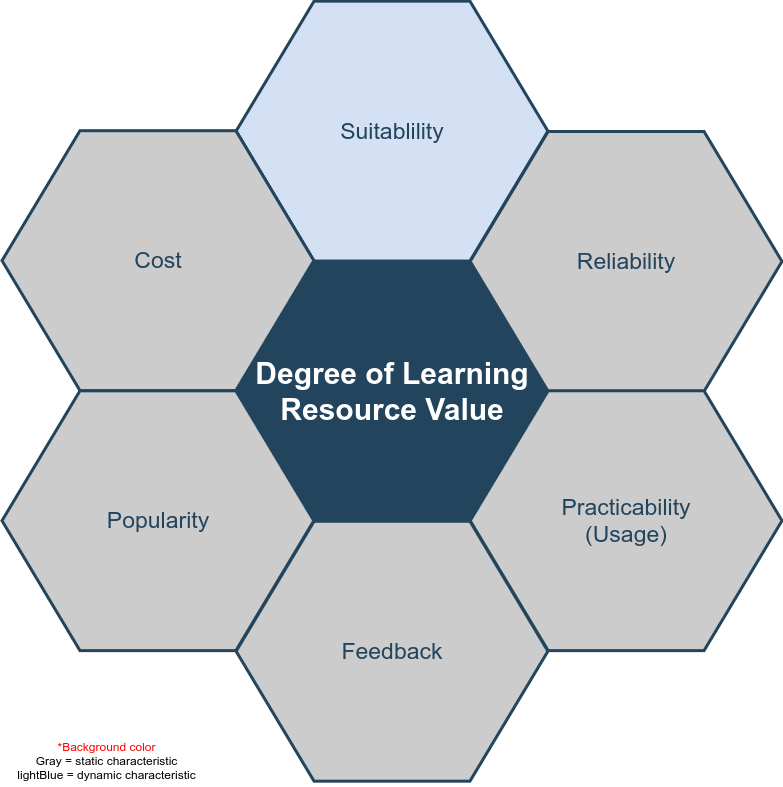
Before: assets/DLRV 5 attributes.png, a diagram exported from draw.io (devilyouwei/MU-thesis). Source tidied: cells renumbered, new cells last; positions are measured from the earlier drawing's top-left corner, leaving out a move shared by most shapes.
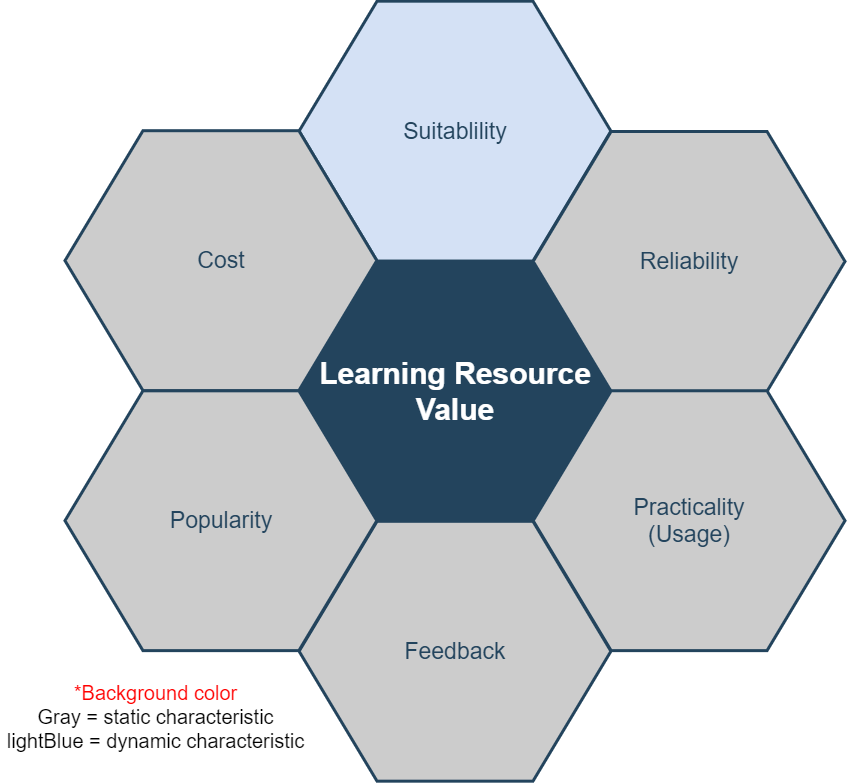
The same diagram one commit later.

Diff of the diagram source:
```diff
@@ -2,7 +2,7 @@
   <root>
     <mxCell id="0" />
     <mxCell id="1" parent="0" />
-    <mxCell id="2" value="&lt;font color=&quot;#ffffff&quot;&gt;&lt;span style=&quot;font-size: 30px&quot;&gt;&lt;b&gt;Degree of Learning Resource Value&lt;/b&gt;&lt;/span&gt;&lt;/font&gt;" style="shape=hexagon;perimeter=hexagonPerimeter2;whiteSpace=wrap;html=1;shadow=0;labelBackgroundColor=none;strokeColor=#23445D;fillColor=#23445D;gradientColor=none;fontFamily=Helvetica;fontSize=23;fontColor=#23445d;align=center;strokeWidth=3;" parent="1" vertex="1">
+    <mxCell id="2" value="&lt;font color=&quot;#ffffff&quot;&gt;&lt;span style=&quot;font-size: 30px&quot;&gt;&lt;b&gt;Learning Resource Value&lt;/b&gt;&lt;/span&gt;&lt;/font&gt;" style="shape=hexagon;perimeter=hexagonPerimeter2;whiteSpace=wrap;html=1;shadow=0;labelBackgroundColor=none;strokeColor=#23445D;fillColor=#23445D;gradientColor=none;fontFamily=Helvetica;fontSize=23;fontColor=#23445d;align=center;strokeWidth=3;" parent="1" vertex="1">
       <mxGeometry x="234.6" y="259.8" width="311.8" height="259.9" as="geometry" />
     </mxCell>
     <mxCell id="3" style="triangle;whiteSpace=wrap;html=1;shadow=0;labelBackgroundColor=none;strokeColor=none;fillColor=#FFFFFF;fontFamily=Helvetica;fontSize=17;fontColor=#23445d;align=center;rotation=90;gradientColor=none;flipV=1;flipH=1;opacity=20;" parent="1" vertex="1">
@@ -14,7 +14,7 @@
     <mxCell id="5" value="&lt;font style=&quot;font-size: 23px&quot;&gt;&lt;span id=&quot;docs-internal-guid-7c53ccf6-7fff-72df-3d5f-6ad1b018f0e9&quot;&gt;&lt;span style=&quot;font-family: &amp;#34;arial&amp;#34; ; background-color: transparent ; vertical-align: baseline&quot;&gt;Reliability&lt;/span&gt;&lt;/span&gt;&lt;/font&gt;" style="shape=hexagon;perimeter=hexagonPerimeter2;whiteSpace=wrap;html=1;shadow=0;labelBackgroundColor=none;strokeColor=#23445D;fillColor=#CCCCCC;gradientColor=none;fontFamily=Helvetica;fontSize=23;fontColor=#23445d;align=center;strokeWidth=3;" parent="1" vertex="1">
       <mxGeometry x="468.7" y="130" width="311.8" height="259.9" as="geometry" />
     </mxCell>
-    <mxCell id="6" value="&lt;font style=&quot;font-size: 23px&quot;&gt;Practicability&lt;br&gt;(Usage)&lt;br&gt;&lt;/font&gt;" style="shape=hexagon;perimeter=hexagonPerimeter2;whiteSpace=wrap;html=1;shadow=0;labelBackgroundColor=none;strokeColor=#23445D;fillColor=#CCCCCC;gradientColor=none;fontFamily=Helvetica;fontSize=23;fontColor=#23445d;align=center;strokeWidth=3;" parent="1" vertex="1">
+    <mxCell id="6" value="&lt;font style=&quot;font-size: 23px&quot;&gt;Practicality&lt;br&gt;(Usage)&lt;br&gt;&lt;/font&gt;" style="shape=hexagon;perimeter=hexagonPerimeter2;whiteSpace=wrap;html=1;shadow=0;labelBackgroundColor=none;strokeColor=#23445D;fillColor=#CCCCCC;gradientColor=none;fontFamily=Helvetica;fontSize=23;fontColor=#23445d;align=center;strokeWidth=3;" parent="1" vertex="1">
       <mxGeometry x="468.7" y="389.3" width="311.8" height="259.9" as="geometry" />
     </mxCell>
     <mxCell id="7" value="&lt;font style=&quot;font-size: 23px&quot;&gt;Feedback&lt;br&gt;&lt;/font&gt;" style="shape=hexagon;perimeter=hexagonPerimeter2;whiteSpace=wrap;html=1;shadow=0;labelBackgroundColor=none;strokeColor=#23445D;fillColor=#CCCCCC;gradientColor=none;fontFamily=Helvetica;fontSize=23;fontColor=#23445d;align=center;strokeWidth=3;" parent="1" vertex="1">
@@ -26,8 +26,8 @@
     <mxCell id="9" value="Cost" style="shape=hexagon;perimeter=hexagonPerimeter2;whiteSpace=wrap;html=1;shadow=0;labelBackgroundColor=none;strokeColor=#23445D;fillColor=#CCCCCC;gradientColor=none;fontFamily=Helvetica;fontSize=23;fontColor=#23445D;align=center;strokeWidth=3;" parent="1" vertex="1">
       <mxGeometry x="0.5" y="129.2" width="311.8" height="259.9" as="geometry" />
     </mxCell>
-    <mxCell id="10" value="&lt;font color=&quot;#ff0000&quot;&gt;*Background color&lt;br&gt;&lt;/font&gt;Gray = static characteristic&lt;br&gt;lightBlue = dynamic characteristic" style="text;html=1;align=center;verticalAlign=middle;" parent="1" vertex="1">
-      <mxGeometry x="10" y="734" width="190" height="50" as="geometry" />
+    <mxCell id="10" value="&lt;font style=&quot;font-size: 20px&quot;&gt;&lt;font color=&quot;#ff0000&quot; style=&quot;font-size: 20px&quot;&gt;*Background color&lt;br&gt;&lt;/font&gt;Gray = static characteristic&lt;br&gt;lightBlue = dynamic characteristic&lt;/font&gt;" style="text;html=1;align=center;verticalAlign=middle;" parent="1" vertex="1">
+      <mxGeometry x="-64" y="685" width="310" height="60" as="geometry" />
     </mxCell>
   </root>
 </mxGraphModel>
```
